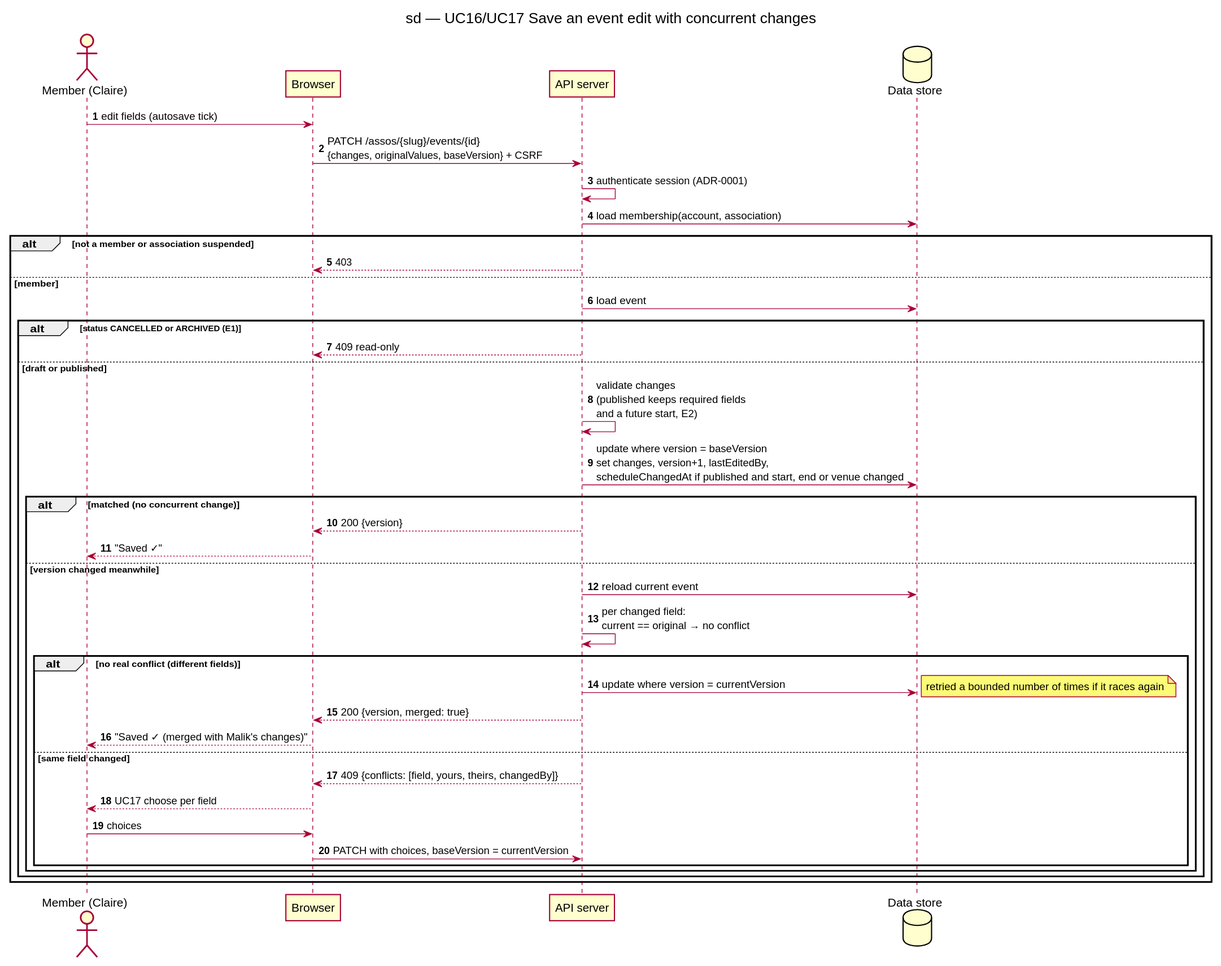
Earlier version of the PlantUML export docs/architecture/diagrams/v1-events/02a-sequence-autosave-conflict.svg (benoit-bremaud/HappiHub).
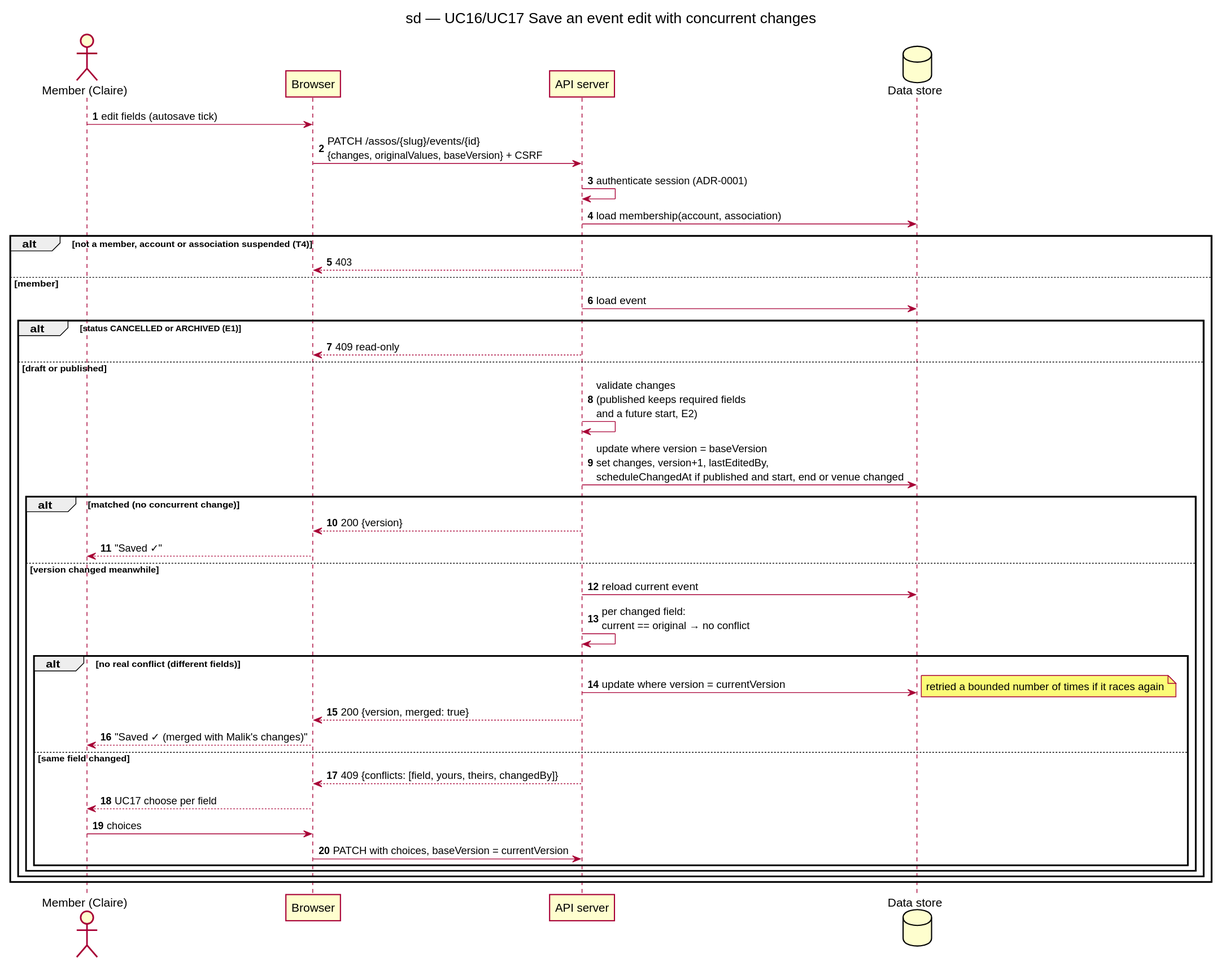
The same diagram one commit later.

The edit, as a diff of the source:
```diff
@@ -11,7 +11,7 @@
 B -> A : PATCH /assos/{slug}/events/{id}\n{changes, originalValues, baseVersion} + CSRF
 A -> A : authenticate session (ADR-0001)
 A -> D : load membership(account, association)
-alt not a member or association suspended
+alt not a member, account or association suspended (T4)
   A --> B : 403
 else member
   A -> D : load event
```
